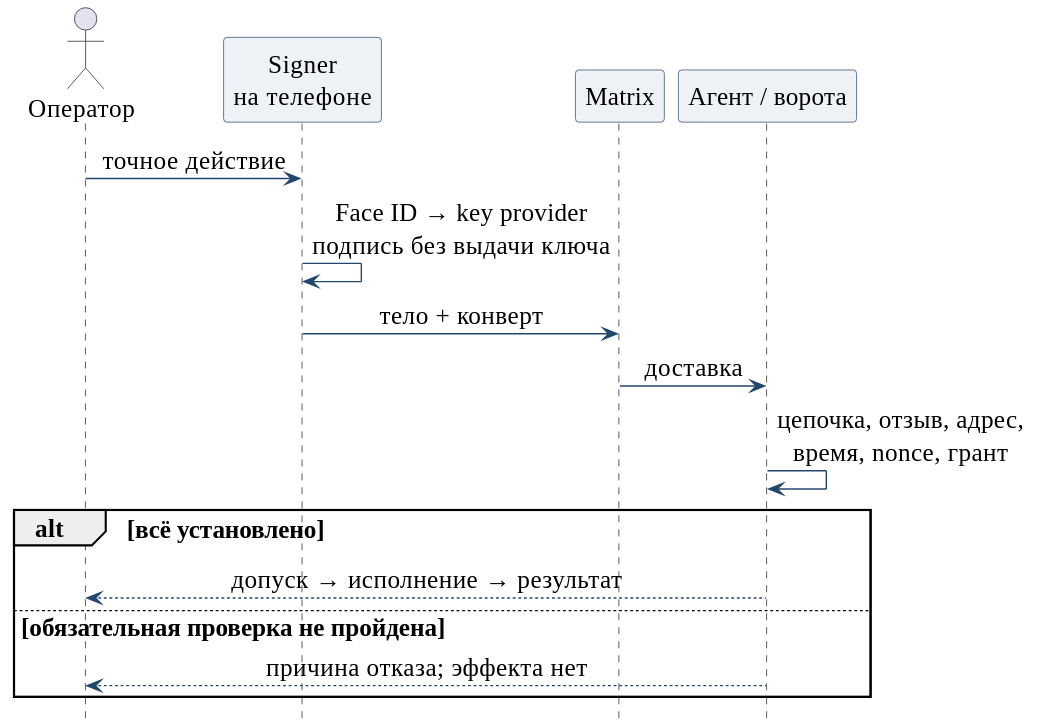
Before: editorial/notes/signing-auth/diagrams/phone-command.svg, a diagram exported from PlantUML (relux-works/swarma-docs). Its source is kept beside it as editorial/notes/signing-auth/src/phone-command.puml.
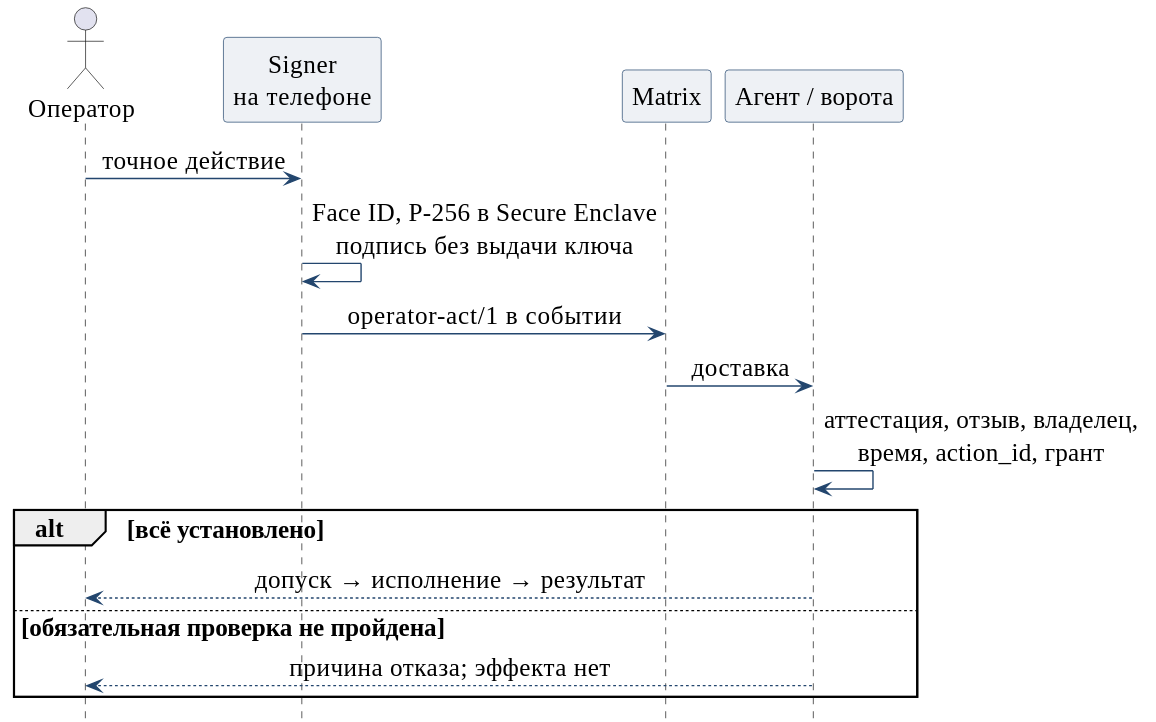
Later version of the same file.

What changed in the source:
```diff
@@ -12,10 +12,10 @@
 participant Matrix as matrix
 participant "Агент / ворота" as verifier
 person -> signer : точное действие
-signer -> signer : Face ID → key provider\nподпись без выдачи ключа
-signer -> matrix : тело + конверт
+signer -> signer : Face ID, P-256 в Secure Enclave\nподпись без выдачи ключа
+signer -> matrix : operator-act/1 в событии
 matrix -> verifier : доставка
-verifier -> verifier : цепочка, отзыв, адрес,\nвремя, nonce, грант
+verifier -> verifier : аттестация, отзыв, владелец,\nвремя, action_id, грант
 alt всё установлено
 verifier --> person : допуск → исполнение → результат
 else обязательная проверка не пройдена
```
